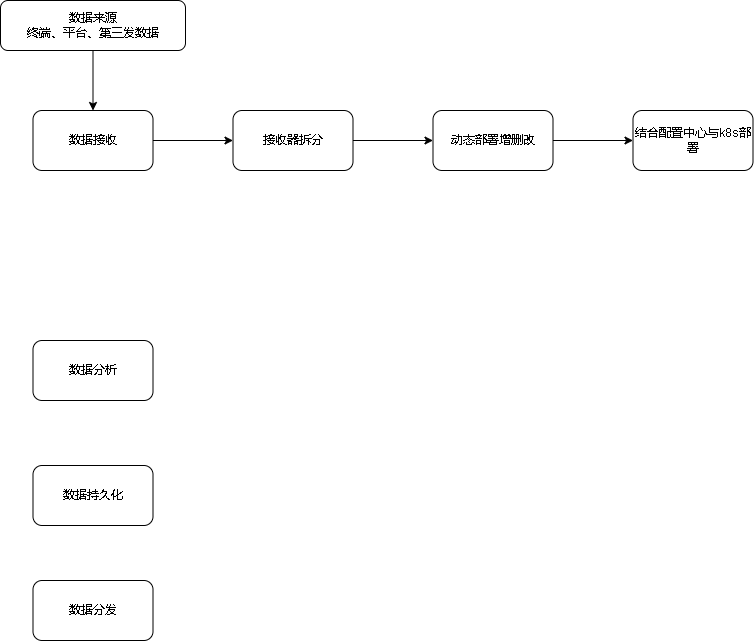
xktder/draw keeps this draw.io diagram as 808后台架构.drawio.png. Above is the earlier version. Source tidied: cells renumbered, new cells last; positions are measured from the earlier drawing's top-left corner, leaving out a move shared by most shapes.
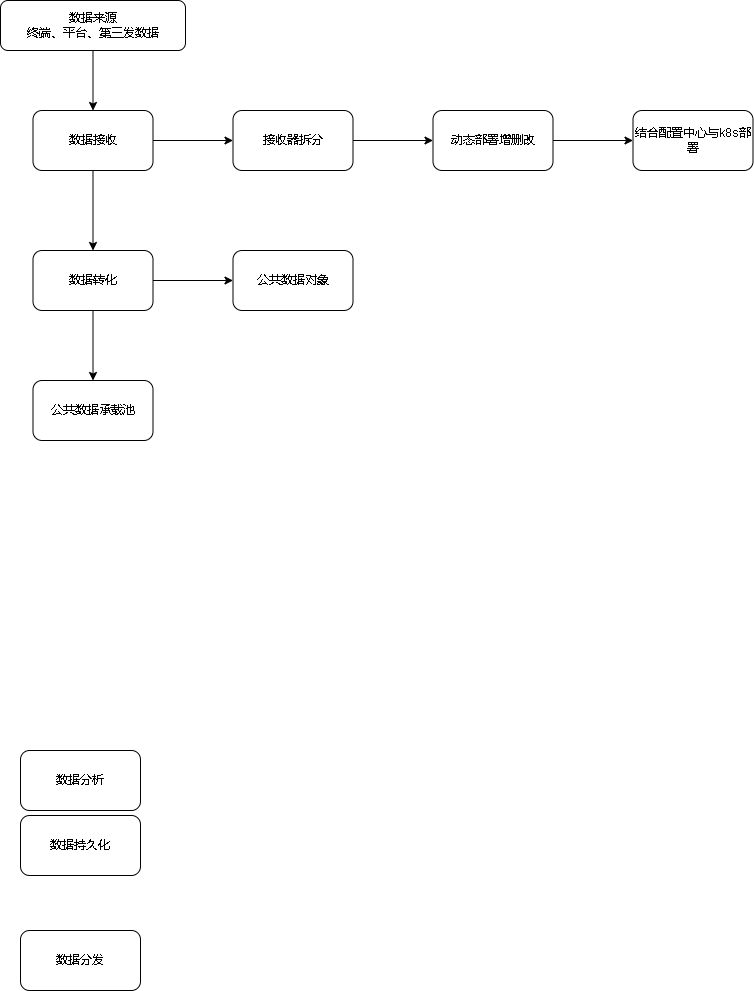
After the change.

Commit message:
更新808后台架构.drawio.png

Diff of the diagram source:
```diff
@@ -11,17 +11,20 @@
     <mxCell id="4" style="edgeStyle=orthogonalEdgeStyle;curved=1;rounded=0;jettySize=auto;html=1;" parent="1" edge="1" source="5" target="10">
       <mxGeometry relative="1" as="geometry" />
     </mxCell>
+    <mxCell id="14" style="edgeStyle=orthogonalEdgeStyle;curved=1;rounded=0;jettySize=auto;html=1;" parent="1" edge="1" source="5" target="17">
+      <mxGeometry relative="1" as="geometry" />
+    </mxCell>
     <mxCell id="5" value="数据接收" style="rounded=1;whiteSpace=wrap;html=1;" parent="1" vertex="1">
       <mxGeometry x="32.5" y="110" width="120" height="60" as="geometry" />
     </mxCell>
     <mxCell id="6" value="数据分析" style="rounded=1;whiteSpace=wrap;html=1;" parent="1" vertex="1">
-      <mxGeometry x="32.5" y="340" width="120" height="60" as="geometry" />
+      <mxGeometry x="20" y="750" width="120" height="60" as="geometry" />
     </mxCell>
     <mxCell id="7" value="数据持久化" style="rounded=1;whiteSpace=wrap;html=1;" parent="1" vertex="1">
-      <mxGeometry x="32.5" y="465" width="120" height="60" as="geometry" />
+      <mxGeometry x="20" y="815" width="120" height="60" as="geometry" />
     </mxCell>
     <mxCell id="8" value="数据分发" style="rounded=1;whiteSpace=wrap;html=1;" parent="1" vertex="1">
-      <mxGeometry x="32.5" y="580" width="120" height="60" as="geometry" />
+      <mxGeometry x="20" y="930" width="120" height="60" as="geometry" />
     </mxCell>
     <mxCell id="9" style="edgeStyle=orthogonalEdgeStyle;curved=1;rounded=0;jettySize=auto;html=1;" parent="1" edge="1" source="10" target="12">
       <mxGeometry relative="1" as="geometry" />
@@ -38,5 +41,20 @@
     <mxCell id="13" value="结合配置中心与k8s部署" style="whiteSpace=wrap;html=1;rounded=1;" parent="1" vertex="1">
       <mxGeometry x="632.5" y="110" width="120" height="60" as="geometry" />
     </mxCell>
+    <mxCell id="15" style="edgeStyle=orthogonalEdgeStyle;curved=1;rounded=0;jettySize=auto;html=1;" parent="1" edge="1" source="17" target="18">
+      <mxGeometry relative="1" as="geometry" />
+    </mxCell>
+    <mxCell id="16" style="edgeStyle=orthogonalEdgeStyle;curved=1;rounded=0;jettySize=auto;html=1;" parent="1" edge="1" source="17" target="19">
+      <mxGeometry relative="1" as="geometry" />
+    </mxCell>
+    <mxCell id="17" value="数据转化" style="whiteSpace=wrap;html=1;rounded=1;" parent="1" vertex="1">
+      <mxGeometry x="32.5" y="250" width="120" height="60" as="geometry" />
+    </mxCell>
+    <mxCell id="18" value="公共数据对象" style="whiteSpace=wrap;html=1;rounded=1;" parent="1" vertex="1">
+      <mxGeometry x="232.5" y="250" width="120" height="60" as="geometry" />
+    </mxCell>
+    <mxCell id="19" value="公共数据承载池" style="whiteSpace=wrap;html=1;rounded=1;" parent="1" vertex="1">
+      <mxGeometry x="32.5" y="380" width="120" height="60" as="geometry" />
+    </mxCell>
   </root>
 </mxGraphModel>
```
